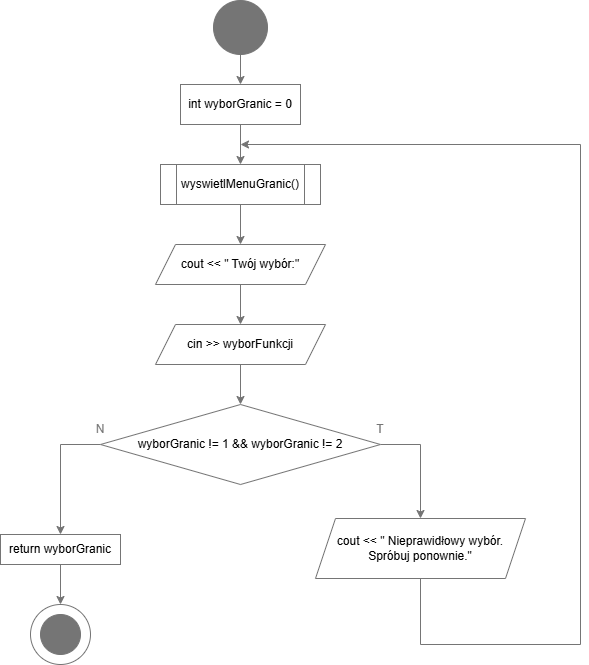
Above: shemat_wyborWprowadzeniaGranic.drawio.png in VITALA6/Projekt (draw.io), before the change. Source tidied: cells renumbered, new cells last; positions are measured from the earlier drawing's top-left corner, leaving out a move shared by most shapes.
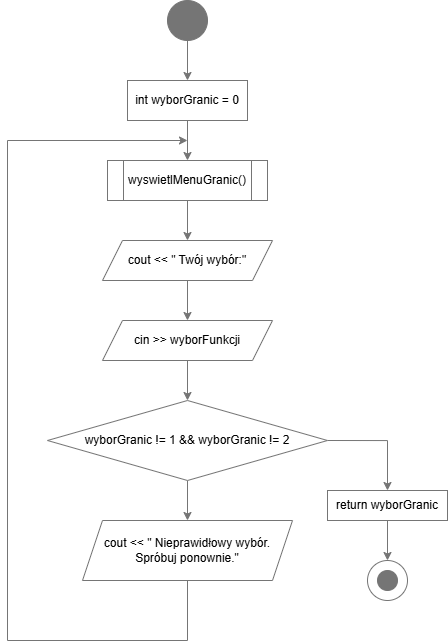
Above is the later version.

What changed in the source:
```diff
@@ -3,10 +3,10 @@
     <mxCell id="0" />
     <mxCell id="1" parent="0" />
     <mxCell id="2" style="ellipse;whiteSpace=wrap;html=1;strokeColor=#757575;" parent="1" vertex="1">
-      <mxGeometry x="30" y="604" width="60" height="60" as="geometry" />
+      <mxGeometry x="420" y="564" width="40" height="40" as="geometry" />
     </mxCell>
     <mxCell id="3" style="ellipse;whiteSpace=wrap;html=1;strokeColor=#757575;fillColor=#757575;" parent="1" vertex="1">
-      <mxGeometry x="40" y="614" width="40" height="40" as="geometry" />
+      <mxGeometry x="430" y="574" width="20" height="20" as="geometry" />
     </mxCell>
     <mxCell id="4" style="edgeStyle=orthogonalEdgeStyle;rounded=0;jettySize=auto;html=1;strokeColor=#757575;" parent="1" edge="1" source="5" target="7">
       <mxGeometry relative="1" as="geometry" />
@@ -32,59 +32,53 @@
     <mxCell id="11" value="cin &amp;gt;&amp;gt; wyborFunkcji" style="shape=parallelogram;perimeter=parallelogramPerimeter;whiteSpace=wrap;html=1;fixedSize=1;strokeColor=#757575;" parent="1" vertex="1">
       <mxGeometry x="155" y="324" width="170" height="40" as="geometry" />
     </mxCell>
-    <mxCell id="12" style="edgeStyle=orthogonalEdgeStyle;rounded=0;jettySize=auto;html=1;exitX=1;exitY=0.5;exitDx=0;exitDy=0;strokeColor=#757575;" parent="1" edge="1" source="14" target="15">
+    <mxCell id="12" style="edgeStyle=orthogonalEdgeStyle;rounded=0;jettySize=auto;html=1;exitX=0.5;exitY=1;exitDx=0;exitDy=0;strokeColor=#757575;" parent="1" edge="1" source="14" target="15">
       <mxGeometry relative="1" as="geometry" />
     </mxCell>
-    <mxCell id="13" style="edgeStyle=orthogonalEdgeStyle;rounded=0;jettySize=auto;html=1;exitX=0;exitY=0.5;exitDx=0;exitDy=0;strokeColor=#757575;" parent="1" edge="1" source="14" target="17">
+    <mxCell id="13" style="edgeStyle=orthogonalEdgeStyle;rounded=0;jettySize=auto;html=1;exitX=1;exitY=0.5;exitDx=0;exitDy=0;entryX=0.5;entryY=0;entryDx=0;entryDy=0;strokeColor=#757575;" parent="1" edge="1" source="14" target="17">
       <mxGeometry relative="1" as="geometry" />
     </mxCell>
     <mxCell id="14" value="wyborGranic != 1 &amp;amp;&amp;amp; wyborGranic != 2" style="rhombus;whiteSpace=wrap;html=1;strokeColor=#757575;" parent="1" vertex="1">
       <mxGeometry x="100" y="404" width="280" height="80" as="geometry" />
     </mxCell>
     <mxCell id="15" value="cout &amp;lt;&amp;lt; &quot; Nieprawidłowy wybór. Spróbuj ponownie.&quot;" style="shape=parallelogram;perimeter=parallelogramPerimeter;whiteSpace=wrap;html=1;fixedSize=1;strokeColor=#757575;" parent="1" vertex="1">
-      <mxGeometry x="315" y="518" width="210" height="60" as="geometry" />
+      <mxGeometry x="135" y="524" width="210" height="60" as="geometry" />
     </mxCell>
     <mxCell id="16" style="edgeStyle=orthogonalEdgeStyle;rounded=0;jettySize=auto;html=1;exitX=0.5;exitY=1;exitDx=0;exitDy=0;entryX=0.5;entryY=0;entryDx=0;entryDy=0;strokeColor=#757575;" parent="1" edge="1" source="17" target="2">
       <mxGeometry relative="1" as="geometry" />
     </mxCell>
     <mxCell id="17" value="return wyborGranic" style="rounded=0;whiteSpace=wrap;html=1;strokeColor=#757575;" parent="1" vertex="1">
-      <mxGeometry y="534" width="120" height="30" as="geometry" />
+      <mxGeometry x="380" y="494" width="120" height="30" as="geometry" />
     </mxCell>
     <mxCell id="18" style="edgeStyle=orthogonalEdgeStyle;rounded=0;jettySize=auto;html=1;exitX=0.5;exitY=1;exitDx=0;exitDy=0;entryX=0.5;entryY=0;entryDx=0;entryDy=0;strokeColor=#757575;" parent="1" edge="1" source="19" target="5">
       <mxGeometry relative="1" as="geometry" />
     </mxCell>
     <mxCell id="19" style="ellipse;whiteSpace=wrap;html=1;fillColor=#757575;strokeColor=#757575;" parent="1" vertex="1">
-      <mxGeometry x="213" width="54" height="54" as="geometry" />
+      <mxGeometry x="220" y="4" width="40" height="40" as="geometry" />
     </mxCell>
-    <mxCell id="20" value="T" style="text;html=1;align=center;verticalAlign=middle;whiteSpace=wrap;rounded=0;fontColor=#757575;" parent="1" vertex="1">
-      <mxGeometry x="350" y="414" width="60" height="30" as="geometry" />
-    </mxCell>
-    <mxCell id="21" value="N" style="text;html=1;align=center;verticalAlign=middle;whiteSpace=wrap;rounded=0;strokeColor=none;fontColor=#757575;" parent="1" vertex="1">
-      <mxGeometry x="70" y="414" width="60" height="30" as="geometry" />
-    </mxCell>
-    <mxCell id="22" style="endArrow=none;html=1;rounded=0;strokeColor=#757575;" parent="1" edge="1">
-      <mxGeometry relative="1" as="geometry">
-        <mxPoint x="420" y="644" as="sourcePoint" />
-        <mxPoint x="420" y="578" as="targetPoint" />
-      </mxGeometry>
-    </mxCell>
-    <mxCell id="23" style="endArrow=none;html=1;rounded=0;strokeColor=#757575;" parent="1" edge="1">
-      <mxGeometry relative="1" as="geometry">
-        <mxPoint x="420" y="644" as="sourcePoint" />
-        <mxPoint x="580" y="644" as="targetPoint" />
-      </mxGeometry>
-    </mxCell>
-    <mxCell id="24" style="endArrow=none;html=1;rounded=0;strokeColor=#757575;" parent="1" edge="1">
-      <mxGeometry relative="1" as="geometry">
-        <mxPoint x="580" y="644" as="sourcePoint" />
-        <mxPoint x="580" y="144" as="targetPoint" />
-      </mxGeometry>
-    </mxCell>
-    <mxCell id="25" style="endArrow=classic;html=1;rounded=0;strokeColor=#757575;" parent="1" edge="1">
-      <mxGeometry relative="1" as="geometry">
-        <mxPoint x="580" y="144" as="sourcePoint" />
-        <mxPoint x="240" y="144" as="targetPoint" />
-      </mxGeometry>
-    </mxCell>
+    <mxCell id="26" style="endArrow=none;html=1;rounded=0;strokeColor=#757575;" parent="1" edge="1">
+      <mxGeometry relative="1" as="geometry">
+        <mxPoint x="240" y="644" as="sourcePoint" />
+        <mxPoint x="240" y="584" as="targetPoint" />
+      </mxGeometry>
+    </mxCell>
+    <mxCell id="27" style="endArrow=none;html=1;rounded=0;strokeColor=#757575;" parent="1" edge="1">
+      <mxGeometry relative="1" as="geometry">
+        <mxPoint x="60" y="644" as="sourcePoint" />
+        <mxPoint x="240" y="644" as="targetPoint" />
+      </mxGeometry>
+    </mxCell>
+    <mxCell id="28" style="endArrow=none;html=1;rounded=0;strokeColor=#757575;" parent="1" edge="1">
+      <mxGeometry relative="1" as="geometry">
+        <mxPoint x="60" y="644" as="sourcePoint" />
+        <mxPoint x="60" y="144" as="targetPoint" />
+      </mxGeometry>
+    </mxCell>
+    <mxCell id="29" style="endArrow=classic;html=1;rounded=0;strokeColor=#757575;" parent="1" edge="1">
+      <mxGeometry relative="1" as="geometry">
+        <mxPoint x="60" y="144" as="sourcePoint" />
+        <mxPoint x="240" y="144" as="targetPoint" />
+      </mxGeometry>
+    </mxCell>
   </root>
 </mxGraphModel>
```
